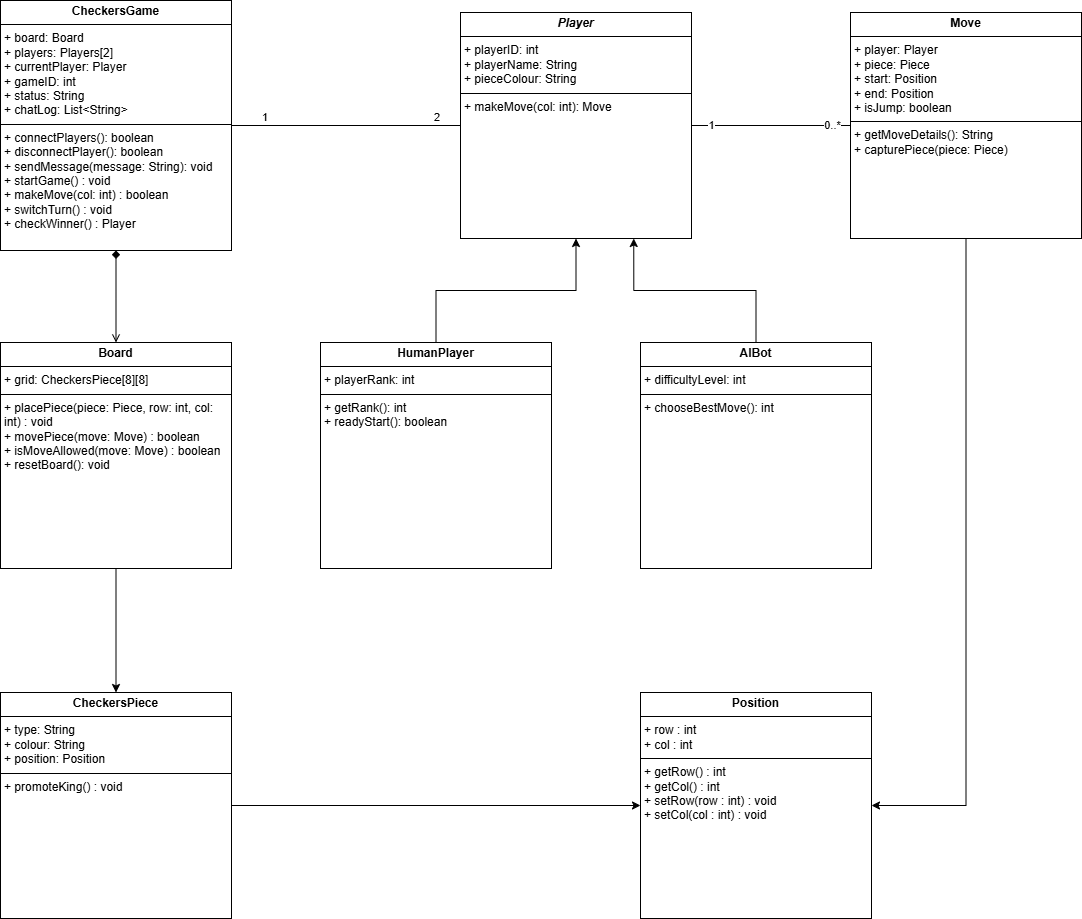
This is checkers_class_diagram.png from farshadislam/Socketed-Multigame-GUI, a draw.io export, as it was before one commit. Source tidied: cells renumbered, new cells last; positions are measured from the earlier drawing's top-left corner, leaving out a move shared by most shapes. Its diagram source:
```xml
<mxGraphModel>
  <root>
    <mxCell id="0" />
    <mxCell id="1" parent="0" />
    <mxCell id="2" style="edgeStyle=orthogonalEdgeStyle;rounded=0;jettySize=auto;html=1;endArrow=open;endFill=0;startArrow=diamond;startFill=1;" parent="1" edge="1" source="3" target="9">
      <mxGeometry relative="1" as="geometry" />
    </mxCell>
    <mxCell id="3" value="&lt;p style=&quot;margin:0px;margin-top:4px;text-align:center;&quot;&gt;&lt;b&gt;CheckersGame&lt;/b&gt;&lt;/p&gt;&lt;hr size=&quot;1&quot; style=&quot;border-style:solid;&quot;&gt;&lt;p style=&quot;margin:0px;margin-left:4px;&quot;&gt;&lt;span style=&quot;background-color: transparent; color: light-dark(rgb(0, 0, 0), rgb(255, 255, 255));&quot;&gt;+ board: Board&lt;/span&gt;&lt;/p&gt;&lt;p style=&quot;margin:0px;margin-left:4px;&quot;&gt;+ players: Players[2]&lt;/p&gt;&lt;p style=&quot;margin:0px;margin-left:4px;&quot;&gt;+ currentPlayer: Player&lt;br&gt;+ gameID: int&lt;br&gt;+ status: String&lt;/p&gt;&lt;p style=&quot;margin:0px;margin-left:4px;&quot;&gt;+ chatLog: List&amp;lt;String&amp;gt;&lt;/p&gt;&lt;hr size=&quot;1&quot; style=&quot;border-style:solid;&quot;&gt;&lt;p style=&quot;margin:0px;margin-left:4px;&quot;&gt;&lt;span style=&quot;background-color: transparent; color: light-dark(rgb(0, 0, 0), rgb(255, 255, 255));&quot;&gt;+ connectPlayers(): boolean&lt;/span&gt;&lt;/p&gt;&lt;p style=&quot;margin:0px;margin-left:4px;&quot;&gt;&lt;span style=&quot;background-color: transparent; color: light-dark(rgb(0, 0, 0), rgb(255, 255, 255));&quot;&gt;+ disconnectPlayer(): boolean&amp;nbsp;&lt;/span&gt;&lt;/p&gt;&lt;p style=&quot;margin:0px;margin-left:4px;&quot;&gt;+ sendMessage(message: String): void&lt;/p&gt;&lt;p style=&quot;margin:0px;margin-left:4px;&quot;&gt;&lt;span style=&quot;background-color: transparent; color: light-dark(rgb(0, 0, 0), rgb(255, 255, 255));&quot;&gt;+ startGame() : void&lt;/span&gt;&lt;/p&gt;&lt;p style=&quot;margin:0px;margin-left:4px;&quot;&gt;&lt;span style=&quot;background-color: transparent; color: light-dark(rgb(0, 0, 0), rgb(255, 255, 255));&quot;&gt;+ makeMove(col: int) : boolean&lt;/span&gt;&lt;/p&gt;&lt;p style=&quot;margin:0px;margin-left:4px;&quot;&gt;&lt;span style=&quot;background-color: transparent; color: light-dark(rgb(0, 0, 0), rgb(255, 255, 255));&quot;&gt;+ switchTurn() : void&lt;/span&gt;&lt;/p&gt;&lt;p style=&quot;margin:0px;margin-left:4px;&quot;&gt;&lt;span style=&quot;background-color: transparent; color: light-dark(rgb(0, 0, 0), rgb(255, 255, 255));&quot;&gt;+ checkWinner() : Player&lt;/span&gt;&lt;/p&gt;&lt;div&gt;&lt;span style=&quot;background-color: transparent; color: light-dark(rgb(0, 0, 0), rgb(255, 255, 255));&quot;&gt;&lt;br&gt;&lt;/span&gt;&lt;/div&gt;" style="verticalAlign=top;align=left;overflow=fill;html=1;whiteSpace=wrap;" parent="1" vertex="1">
      <mxGeometry width="231" height="250" as="geometry" />
    </mxCell>
    <mxCell id="4" style="edgeStyle=orthogonalEdgeStyle;rounded=0;jettySize=auto;html=1;entryX=0;entryY=0.5;entryDx=0;entryDy=0;endArrow=none;endFill=0;" parent="1" edge="1" source="7" target="11">
      <mxGeometry relative="1" as="geometry" />
    </mxCell>
    <mxCell id="5" value="1" style="edgeLabel;html=1;align=center;verticalAlign=middle;" parent="4" vertex="1">
      <mxGeometry x="-0.76" y="1" relative="1" as="geometry" />
    </mxCell>
    <mxCell id="6" value="0..*" style="edgeLabel;html=1;align=center;verticalAlign=middle;" parent="4" vertex="1">
      <mxGeometry x="0.76" y="1" relative="1" as="geometry" />
    </mxCell>
    <mxCell id="7" value="&lt;p style=&quot;margin:0px;margin-top:4px;text-align:center;&quot;&gt;&lt;b&gt;&lt;i&gt;Player&lt;/i&gt;&lt;/b&gt;&lt;/p&gt;&lt;hr size=&quot;1&quot; style=&quot;border-style:solid;&quot;&gt;&lt;p style=&quot;margin:0px;margin-left:4px;&quot;&gt;&lt;span style=&quot;background-color: transparent; color: light-dark(rgb(0, 0, 0), rgb(255, 255, 255));&quot;&gt;+ playerID: int&lt;br&gt;&lt;/span&gt;&lt;/p&gt;&lt;p style=&quot;margin:0px;margin-left:4px;&quot;&gt;&lt;span style=&quot;background-color: transparent; color: light-dark(rgb(0, 0, 0), rgb(255, 255, 255));&quot;&gt;+ playerName: String&lt;/span&gt;&lt;/p&gt;&lt;p style=&quot;margin:0px;margin-left:4px;&quot;&gt;&lt;span style=&quot;background-color: transparent; color: light-dark(rgb(0, 0, 0), rgb(255, 255, 255));&quot;&gt;+ pieceColour: String&lt;/span&gt;&lt;/p&gt;&lt;hr size=&quot;1&quot; style=&quot;border-style:solid;&quot;&gt;&lt;p style=&quot;margin:0px;margin-left:4px;&quot;&gt;&lt;span style=&quot;background-color: transparent; color: light-dark(rgb(0, 0, 0), rgb(255, 255, 255));&quot;&gt;+ makeMove(col: int): Move&lt;/span&gt;&lt;/p&gt;&lt;div&gt;&lt;span style=&quot;background-color: transparent; color: light-dark(rgb(0, 0, 0), rgb(255, 255, 255));&quot;&gt;&lt;br&gt;&lt;/span&gt;&lt;/div&gt;" style="verticalAlign=top;align=left;overflow=fill;html=1;whiteSpace=wrap;" parent="1" vertex="1">
      <mxGeometry x="460" y="12" width="231" height="226" as="geometry" />
    </mxCell>
    <mxCell id="8" style="edgeStyle=orthogonalEdgeStyle;rounded=0;jettySize=auto;html=1;" parent="1" edge="1" source="9" target="20">
      <mxGeometry relative="1" as="geometry" />
    </mxCell>
    <mxCell id="9" value="&lt;p style=&quot;margin:0px;margin-top:4px;text-align:center;&quot;&gt;&lt;b&gt;Board&lt;/b&gt;&lt;/p&gt;&lt;hr size=&quot;1&quot; style=&quot;border-style:solid;&quot;&gt;&lt;p style=&quot;margin:0px;margin-left:4px;&quot;&gt;&lt;span style=&quot;background-color: transparent; color: light-dark(rgb(0, 0, 0), rgb(255, 255, 255));&quot;&gt;+ grid: CheckersPiece[8][8]&lt;br&gt;&lt;/span&gt;&lt;/p&gt;&lt;hr size=&quot;1&quot; style=&quot;border-style:solid;&quot;&gt;&lt;p style=&quot;margin:0px;margin-left:4px;&quot;&gt;&lt;span style=&quot;background-color: transparent; color: light-dark(rgb(0, 0, 0), rgb(255, 255, 255));&quot;&gt;+ placePiece(piece: Piece, row: int, col: int) : void&lt;/span&gt;&lt;/p&gt;&lt;p style=&quot;margin:0px;margin-left:4px;&quot;&gt;&lt;span style=&quot;background-color: transparent; color: light-dark(rgb(0, 0, 0), rgb(255, 255, 255));&quot;&gt;+ movePiece(move: Move) : boolean&lt;/span&gt;&lt;/p&gt;&lt;p style=&quot;margin:0px;margin-left:4px;&quot;&gt;&lt;span style=&quot;background-color: transparent; color: light-dark(rgb(0, 0, 0), rgb(255, 255, 255));&quot;&gt;+ isMoveAllowed(move: Move) : boolean&lt;/span&gt;&lt;/p&gt;&lt;p style=&quot;margin:0px;margin-left:4px;&quot;&gt;&lt;span style=&quot;background-color: transparent; color: light-dark(rgb(0, 0, 0), rgb(255, 255, 255));&quot;&gt;+ resetBoard(): void&lt;/span&gt;&lt;/p&gt;&lt;div&gt;&lt;span style=&quot;background-color: transparent; color: light-dark(rgb(0, 0, 0), rgb(255, 255, 255));&quot;&gt;&lt;br&gt;&lt;/span&gt;&lt;/div&gt;" style="verticalAlign=top;align=left;overflow=fill;html=1;whiteSpace=wrap;" parent="1" vertex="1">
      <mxGeometry y="342" width="231" height="226" as="geometry" />
    </mxCell>
    <mxCell id="10" style="edgeStyle=orthogonalEdgeStyle;rounded=0;jettySize=auto;html=1;entryX=1;entryY=0.5;entryDx=0;entryDy=0;" parent="1" edge="1" source="11" target="21">
      <mxGeometry relative="1" as="geometry" />
    </mxCell>
    <mxCell id="11" value="&lt;p style=&quot;margin:0px;margin-top:4px;text-align:center;&quot;&gt;&lt;b&gt;Move&lt;/b&gt;&lt;/p&gt;&lt;hr size=&quot;1&quot; style=&quot;border-style:solid;&quot;&gt;&lt;p style=&quot;margin:0px;margin-left:4px;&quot;&gt;&lt;span style=&quot;background-color: transparent; color: light-dark(rgb(0, 0, 0), rgb(255, 255, 255));&quot;&gt;+ player: Player&lt;br&gt;&lt;/span&gt;&lt;/p&gt;&lt;p style=&quot;margin:0px;margin-left:4px;&quot;&gt;&lt;span style=&quot;background-color: transparent; color: light-dark(rgb(0, 0, 0), rgb(255, 255, 255));&quot;&gt;+ piece: Piece&lt;br&gt;&lt;/span&gt;&lt;/p&gt;&lt;p style=&quot;margin:0px;margin-left:4px;&quot;&gt;&lt;span style=&quot;background-color: transparent; color: light-dark(rgb(0, 0, 0), rgb(255, 255, 255));&quot;&gt;+ start: Position&lt;/span&gt;&lt;/p&gt;&lt;p style=&quot;margin:0px;margin-left:4px;&quot;&gt;&lt;span style=&quot;background-color: transparent; color: light-dark(rgb(0, 0, 0), rgb(255, 255, 255));&quot;&gt;+ end: Position&lt;/span&gt;&lt;/p&gt;&lt;p style=&quot;margin:0px;margin-left:4px;&quot;&gt;&lt;span style=&quot;background-color: transparent; color: light-dark(rgb(0, 0, 0), rgb(255, 255, 255));&quot;&gt;+ isJump: boolean&lt;br&gt;&lt;/span&gt;&lt;/p&gt;&lt;hr size=&quot;1&quot; style=&quot;border-style:solid;&quot;&gt;&lt;p style=&quot;margin:0px;margin-left:4px;&quot;&gt;&lt;span style=&quot;background-color: transparent; color: light-dark(rgb(0, 0, 0), rgb(255, 255, 255));&quot;&gt;+ getMoveDetails(): String&lt;/span&gt;&lt;/p&gt;&lt;p style=&quot;margin:0px;margin-left:4px;&quot;&gt;&lt;span style=&quot;background-color: transparent; color: light-dark(rgb(0, 0, 0), rgb(255, 255, 255));&quot;&gt;+ capturePiece(piece: Piece)&lt;/span&gt;&lt;/p&gt;&lt;div&gt;&lt;span style=&quot;background-color: transparent; color: light-dark(rgb(0, 0, 0), rgb(255, 255, 255));&quot;&gt;&lt;br&gt;&lt;/span&gt;&lt;/div&gt;" style="verticalAlign=top;align=left;overflow=fill;html=1;whiteSpace=wrap;" parent="1" vertex="1">
      <mxGeometry x="850" y="12" width="231" height="226" as="geometry" />
    </mxCell>
    <mxCell id="12" style="edgeStyle=orthogonalEdgeStyle;rounded=0;jettySize=auto;html=1;" parent="1" edge="1" source="13" target="7">
      <mxGeometry relative="1" as="geometry" />
    </mxCell>
    <mxCell id="13" value="&lt;p style=&quot;margin:0px;margin-top:4px;text-align:center;&quot;&gt;&lt;b&gt;HumanPlayer&lt;/b&gt;&lt;/p&gt;&lt;hr size=&quot;1&quot; style=&quot;border-style:solid;&quot;&gt;&lt;p style=&quot;margin:0px;margin-left:4px;&quot;&gt;&lt;span style=&quot;background-color: transparent; color: light-dark(rgb(0, 0, 0), rgb(255, 255, 255));&quot;&gt;+ playerRank: int&lt;/span&gt;&lt;/p&gt;&lt;hr size=&quot;1&quot; style=&quot;border-style:solid;&quot;&gt;&lt;p style=&quot;margin:0px;margin-left:4px;&quot;&gt;&lt;span style=&quot;background-color: transparent; color: light-dark(rgb(0, 0, 0), rgb(255, 255, 255));&quot;&gt;+ getRank(): int&lt;/span&gt;&lt;/p&gt;&lt;p style=&quot;margin:0px;margin-left:4px;&quot;&gt;&lt;span style=&quot;background-color: transparent; color: light-dark(rgb(0, 0, 0), rgb(255, 255, 255));&quot;&gt;+ readyStart(): boolean&lt;/span&gt;&lt;/p&gt;" style="verticalAlign=top;align=left;overflow=fill;html=1;whiteSpace=wrap;" parent="1" vertex="1">
      <mxGeometry x="320" y="342" width="231" height="226" as="geometry" />
    </mxCell>
    <mxCell id="14" style="edgeStyle=orthogonalEdgeStyle;rounded=0;jettySize=auto;html=1;entryX=0.75;entryY=1;entryDx=0;entryDy=0;" parent="1" edge="1" source="15" target="7">
      <mxGeometry relative="1" as="geometry" />
    </mxCell>
    <mxCell id="15" value="&lt;p style=&quot;margin:0px;margin-top:4px;text-align:center;&quot;&gt;&lt;b&gt;AIBot&lt;/b&gt;&lt;/p&gt;&lt;hr size=&quot;1&quot; style=&quot;border-style:solid;&quot;&gt;&lt;p style=&quot;margin:0px;margin-left:4px;&quot;&gt;&lt;span style=&quot;background-color: transparent; color: light-dark(rgb(0, 0, 0), rgb(255, 255, 255));&quot;&gt;+ difficultyLevel: int&lt;/span&gt;&lt;/p&gt;&lt;hr size=&quot;1&quot; style=&quot;border-style:solid;&quot;&gt;&lt;p style=&quot;margin:0px;margin-left:4px;&quot;&gt;&lt;span style=&quot;background-color: transparent; color: light-dark(rgb(0, 0, 0), rgb(255, 255, 255));&quot;&gt;+ chooseBestMove(): int&lt;/span&gt;&lt;/p&gt;" style="verticalAlign=top;align=left;overflow=fill;html=1;whiteSpace=wrap;" parent="1" vertex="1">
      <mxGeometry x="640" y="342" width="231" height="226" as="geometry" />
    </mxCell>
    <mxCell id="16" style="endArrow=none;html=1;edgeStyle=orthogonalEdgeStyle;rounded=0;entryX=0;entryY=0.5;entryDx=0;entryDy=0;exitX=1;exitY=0.5;exitDx=0;exitDy=0;" parent="1" edge="1" source="3" target="7">
      <mxGeometry relative="1" as="geometry" />
    </mxCell>
    <mxCell id="17" value="1" style="edgeLabel;html=1;align=left;verticalAlign=bottom;" parent="16" vertex="1">
      <mxGeometry x="-1" relative="1" as="geometry">
        <mxPoint x="29" as="offset" />
      </mxGeometry>
    </mxCell>
    <mxCell id="18" value="2" style="edgeLabel;html=1;align=right;verticalAlign=bottom;" parent="16" vertex="1">
      <mxGeometry x="1" relative="1" as="geometry">
        <mxPoint x="-20" as="offset" />
      </mxGeometry>
    </mxCell>
    <mxCell id="19" style="edgeStyle=orthogonalEdgeStyle;rounded=0;jettySize=auto;html=1;entryX=0;entryY=0.5;entryDx=0;entryDy=0;" parent="1" edge="1" source="20" target="21">
      <mxGeometry relative="1" as="geometry" />
    </mxCell>
    <mxCell id="20" value="&lt;p style=&quot;margin:0px;margin-top:4px;text-align:center;&quot;&gt;&lt;b&gt;CheckersPiece&lt;/b&gt;&lt;/p&gt;&lt;hr size=&quot;1&quot; style=&quot;border-style:solid;&quot;&gt;&lt;p style=&quot;margin:0px;margin-left:4px;&quot;&gt;&lt;span style=&quot;background-color: transparent; color: light-dark(rgb(0, 0, 0), rgb(255, 255, 255));&quot;&gt;+ type: String&lt;br&gt;&lt;/span&gt;&lt;/p&gt;&lt;p style=&quot;margin:0px;margin-left:4px;&quot;&gt;&lt;span style=&quot;background-color: transparent; color: light-dark(rgb(0, 0, 0), rgb(255, 255, 255));&quot;&gt;+ colour: String&lt;/span&gt;&lt;/p&gt;&lt;p style=&quot;margin:0px;margin-left:4px;&quot;&gt;&lt;span style=&quot;background-color: transparent; color: light-dark(rgb(0, 0, 0), rgb(255, 255, 255));&quot;&gt;+ position: Position&lt;/span&gt;&lt;/p&gt;&lt;hr size=&quot;1&quot; style=&quot;border-style:solid;&quot;&gt;&lt;p style=&quot;margin:0px;margin-left:4px;&quot;&gt;&lt;span style=&quot;background-color: transparent; color: light-dark(rgb(0, 0, 0), rgb(255, 255, 255));&quot;&gt;+ promoteKing() : void&lt;/span&gt;&lt;/p&gt;&lt;div&gt;&lt;span style=&quot;background-color: transparent; color: light-dark(rgb(0, 0, 0), rgb(255, 255, 255));&quot;&gt;&lt;br&gt;&lt;/span&gt;&lt;/div&gt;" style="verticalAlign=top;align=left;overflow=fill;html=1;whiteSpace=wrap;" parent="1" vertex="1">
      <mxGeometry y="692" width="231" height="226" as="geometry" />
    </mxCell>
    <mxCell id="21" value="&lt;p style=&quot;margin:0px;margin-top:4px;text-align:center;&quot;&gt;&lt;b&gt;Position&lt;/b&gt;&lt;/p&gt;&lt;hr size=&quot;1&quot; style=&quot;border-style:solid;&quot;&gt;&lt;p style=&quot;margin:0px;margin-left:4px;&quot;&gt;&lt;span style=&quot;background-color: transparent; color: light-dark(rgb(0, 0, 0), rgb(255, 255, 255));&quot;&gt;+ row : int&lt;br&gt;&lt;/span&gt;&lt;/p&gt;&lt;p style=&quot;margin:0px;margin-left:4px;&quot;&gt;&lt;span style=&quot;background-color: transparent; color: light-dark(rgb(0, 0, 0), rgb(255, 255, 255));&quot;&gt;+ col : int&lt;/span&gt;&lt;/p&gt;&lt;hr size=&quot;1&quot; style=&quot;border-style:solid;&quot;&gt;&lt;p style=&quot;margin:0px;margin-left:4px;&quot;&gt;+ getRow() : int&lt;/p&gt;&lt;p style=&quot;margin:0px;margin-left:4px;&quot;&gt;+ getCol() : int&lt;/p&gt;&lt;p style=&quot;margin:0px;margin-left:4px;&quot;&gt;+ setRow(row : int) : void&lt;/p&gt;&lt;p style=&quot;margin:0px;margin-left:4px;&quot;&gt;+ setCol(col : int) : void&lt;/p&gt;&lt;div&gt;&lt;span style=&quot;background-color: transparent; color: light-dark(rgb(0, 0, 0), rgb(255, 255, 255));&quot;&gt;&lt;br&gt;&lt;/span&gt;&lt;/div&gt;" style="verticalAlign=top;align=left;overflow=fill;html=1;whiteSpace=wrap;" parent="1" vertex="1">
      <mxGeometry x="640" y="692" width="231" height="226" as="geometry" />
    </mxCell>
  </root>
</mxGraphModel>
```
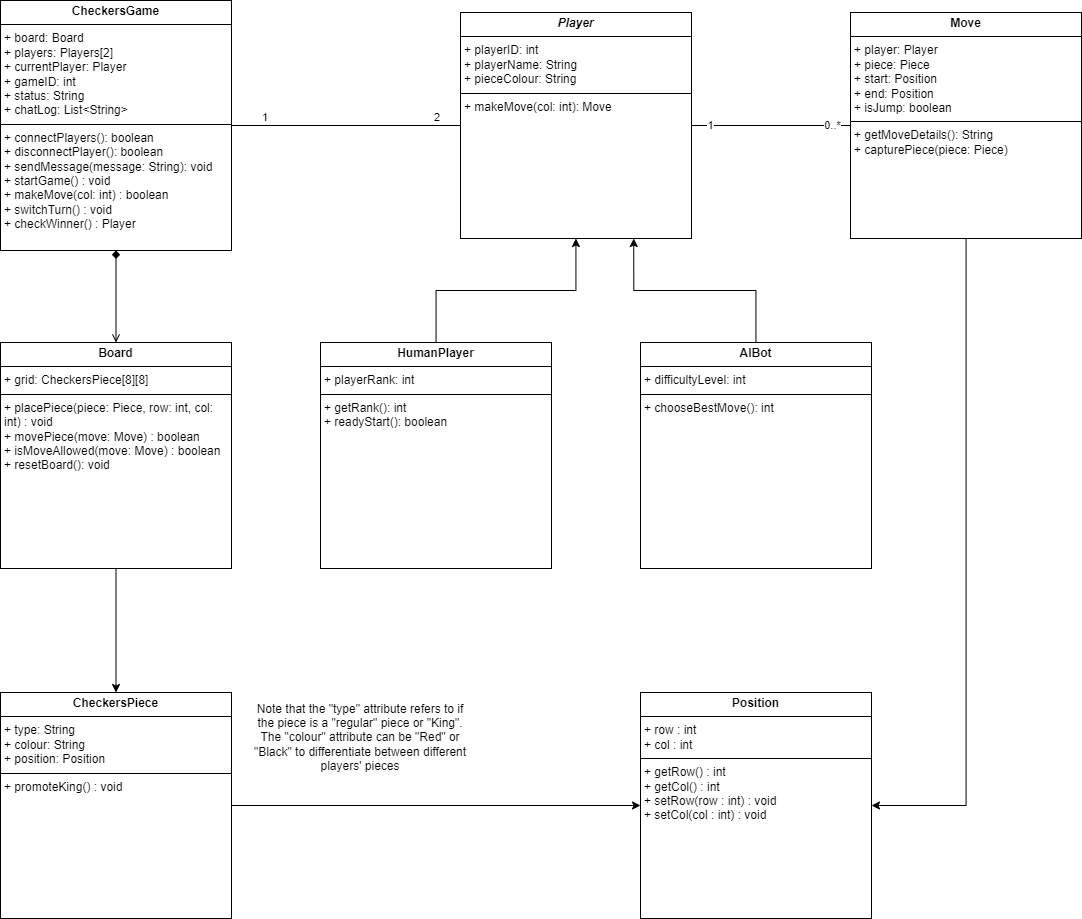
The same file after the commit.

Commit message:
Refined checkers class diagram to better match use cases and added notes on checker pieces

Change to the diagram source:
```diff
@@ -66,5 +66,8 @@
     <mxCell id="21" value="&lt;p style=&quot;margin:0px;margin-top:4px;text-align:center;&quot;&gt;&lt;b&gt;Position&lt;/b&gt;&lt;/p&gt;&lt;hr size=&quot;1&quot; style=&quot;border-style:solid;&quot;&gt;&lt;p style=&quot;margin:0px;margin-left:4px;&quot;&gt;&lt;span style=&quot;background-color: transparent; color: light-dark(rgb(0, 0, 0), rgb(255, 255, 255));&quot;&gt;+ row : int&lt;br&gt;&lt;/span&gt;&lt;/p&gt;&lt;p style=&quot;margin:0px;margin-left:4px;&quot;&gt;&lt;span style=&quot;background-color: transparent; color: light-dark(rgb(0, 0, 0), rgb(255, 255, 255));&quot;&gt;+ col : int&lt;/span&gt;&lt;/p&gt;&lt;hr size=&quot;1&quot; style=&quot;border-style:solid;&quot;&gt;&lt;p style=&quot;margin:0px;margin-left:4px;&quot;&gt;+ getRow() : int&lt;/p&gt;&lt;p style=&quot;margin:0px;margin-left:4px;&quot;&gt;+ getCol() : int&lt;/p&gt;&lt;p style=&quot;margin:0px;margin-left:4px;&quot;&gt;+ setRow(row : int) : void&lt;/p&gt;&lt;p style=&quot;margin:0px;margin-left:4px;&quot;&gt;+ setCol(col : int) : void&lt;/p&gt;&lt;div&gt;&lt;span style=&quot;background-color: transparent; color: light-dark(rgb(0, 0, 0), rgb(255, 255, 255));&quot;&gt;&lt;br&gt;&lt;/span&gt;&lt;/div&gt;" style="verticalAlign=top;align=left;overflow=fill;html=1;whiteSpace=wrap;" parent="1" vertex="1">
       <mxGeometry x="640" y="692" width="231" height="226" as="geometry" />
     </mxCell>
+    <mxCell id="22" value="Note that the &quot;type&quot; attribute refers to if the piece is a &quot;regular&quot; piece or &quot;King&quot;. The &quot;colour&quot; attribute can be &quot;Red&quot; or &quot;Black&quot; to differentiate between different players' pieces" style="text;strokeColor=none;align=center;fillColor=none;html=1;verticalAlign=middle;whiteSpace=wrap;rounded=0;" parent="1" vertex="1">
+      <mxGeometry x="250" y="692" width="220" height="90" as="geometry" />
+    </mxCell>
   </root>
 </mxGraphModel>
```
